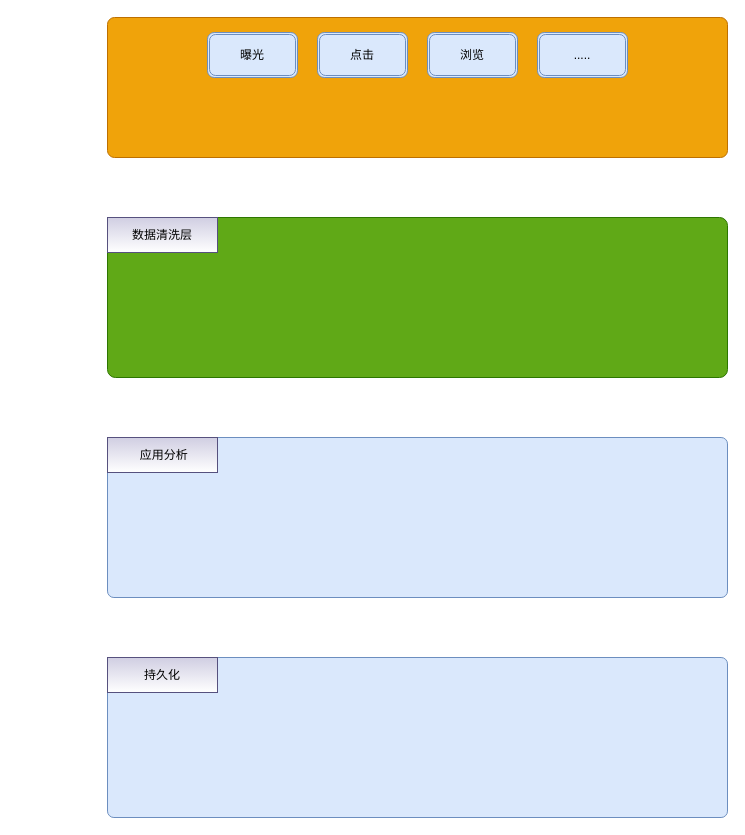
Above: 全域流量中控平台_实时数仓.drawio in hustpawpaw/charts (draw.io), before the change. Source tidied: cells renumbered, new cells numbered last; positions are measured from the earlier drawing's top-left corner, leaving out a move shared by most shapes. Both pictures are drawn from the tidied source at 100%, with x=0, y=0 at pixel (107, 17).
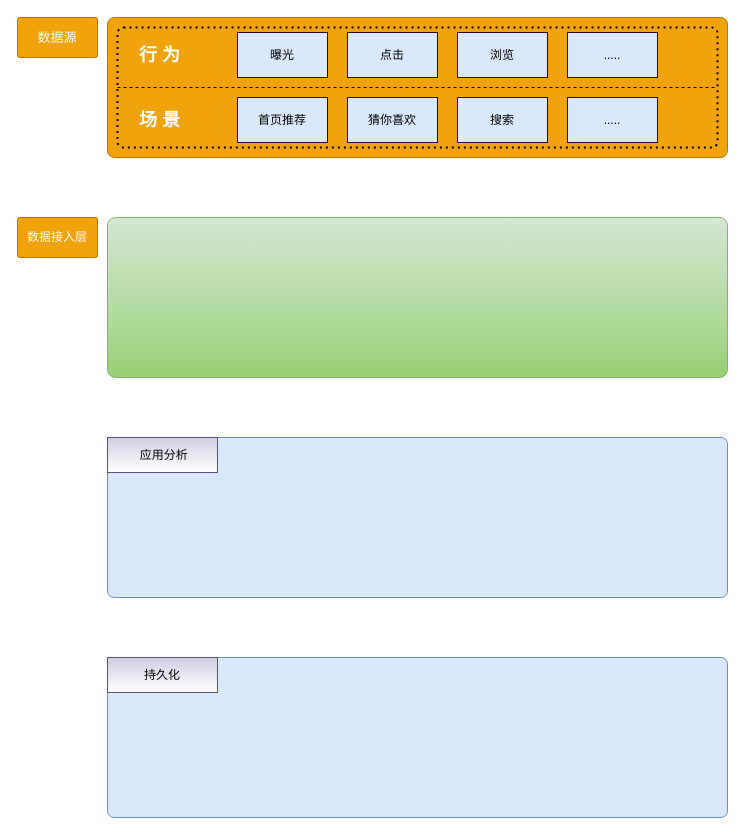
After the change.

Commit message:
Update 全域流量中控平台_实时数仓.drawio

The edit, as a diff of the source:
```diff
@@
+    <mxCell id="14" style="rounded=1;whiteSpace=wrap;html=1;fillColor=#f0a30a;strokeColor=#BD7000;arcSize=5;fontColor=#ffffff;" parent="1" vertex="1">
+      <mxGeometry width="620" height="140" as="geometry" />
+    </mxCell>
@@
-    <mxCell id="4" style="rounded=1;whiteSpace=wrap;html=1;fillColor=#60a917;strokeColor=#2D7600;arcSize=5;fontColor=#ffffff;" parent="1" vertex="1">
+    <mxCell id="4" style="rounded=1;whiteSpace=wrap;html=1;fillColor=#d5e8d4;strokeColor=#82b366;arcSize=5;gradientColor=#97d077;" parent="1" vertex="1">
       <mxGeometry y="200" width="620" height="160" as="geometry" />
     </mxCell>
-    <mxCell id="5" style="rounded=1;whiteSpace=wrap;html=1;fillColor=#f0a30a;strokeColor=#BD7000;arcSize=5;fontColor=#ffffff;" parent="1" vertex="1">
-      <mxGeometry width="620" height="140" as="geometry" />
+    <mxCell id="5" style="rounded=1;whiteSpace=wrap;html=1;arcSize=5;dashed=1;strokeWidth=2;dashPattern=1 2;fillColor=none;" parent="1" vertex="1">
+      <mxGeometry x="10" y="10" width="600" height="120" as="geometry" />
     </mxCell>
-    <mxCell id="6" value="数据清洗层" style="rounded=1;whiteSpace=wrap;html=1;fillColor=#d0cee2;strokeColor=#56517e;arcSize=0;gradientColor=#ffffff;" parent="1" vertex="1">
-      <mxGeometry y="200" width="110" height="35" as="geometry" />
-    </mxCell>
@@
-    <mxCell id="10" value="曝光" style="shape=ext;double=1;rounded=1;whiteSpace=wrap;html=1;fillColor=#dae8fc;strokeColor=#6c8ebf;" parent="1" vertex="1">
-      <mxGeometry x="100" y="15" width="90" height="45" as="geometry" />
+    <mxCell id="10" value="曝光" style="shape=ext;double=0;rounded=0;whiteSpace=wrap;html=1;fillColor=#dae8fc;strokeColor=#330033;shadow=0;strokeWidth=1;" parent="1" vertex="1">
+      <mxGeometry x="130" y="15" width="90" height="45" as="geometry" />
     </mxCell>
-    <mxCell id="11" value="点击" style="shape=ext;double=1;rounded=1;whiteSpace=wrap;html=1;fillColor=#dae8fc;strokeColor=#6c8ebf;" parent="1" vertex="1">
-      <mxGeometry x="210" y="15" width="90" height="45" as="geometry" />
+    <mxCell id="11" value="点击" style="shape=ext;double=0;rounded=0;whiteSpace=wrap;html=1;fillColor=#dae8fc;strokeColor=#330033;shadow=0;strokeWidth=1;" parent="1" vertex="1">
+      <mxGeometry x="240" y="15" width="90" height="45" as="geometry" />
     </mxCell>
-    <mxCell id="12" value="浏览" style="shape=ext;double=1;rounded=1;whiteSpace=wrap;html=1;fillColor=#dae8fc;strokeColor=#6c8ebf;" parent="1" vertex="1">
-      <mxGeometry x="320" y="15" width="90" height="45" as="geometry" />
+    <mxCell id="12" value="浏览" style="shape=ext;double=0;rounded=0;whiteSpace=wrap;html=1;fillColor=#dae8fc;strokeColor=#330033;shadow=0;strokeWidth=1;" parent="1" vertex="1">
+      <mxGeometry x="350" y="15" width="90" height="45" as="geometry" />
     </mxCell>
-    <mxCell id="13" value="....." style="shape=ext;double=1;rounded=1;whiteSpace=wrap;html=1;fillColor=#dae8fc;strokeColor=#6c8ebf;" parent="1" vertex="1">
-      <mxGeometry x="430" y="15" width="90" height="45" as="geometry" />
+    <mxCell id="13" value="....." style="shape=ext;double=0;rounded=0;whiteSpace=wrap;html=1;fillColor=#dae8fc;strokeColor=#330033;shadow=0;strokeWidth=1;" parent="1" vertex="1">
+      <mxGeometry x="460" y="15" width="90" height="45" as="geometry" />
     </mxCell>
+    <mxCell id="15" style="endArrow=none;dashed=1;html=1;entryX=1;entryY=0.5;entryDx=0;entryDy=0;exitX=0;exitY=0.5;exitDx=0;exitDy=0;" parent="1" edge="1" source="5" target="5">
+      <mxGeometry relative="1" as="geometry" />
+    </mxCell>
+    <mxCell id="16" value="....." style="shape=ext;double=0;rounded=0;whiteSpace=wrap;html=1;fillColor=#dae8fc;shadow=0;strokeWidth=1;strokeColor=#330033;" parent="1" vertex="1">
+      <mxGeometry x="460" y="80" width="90" height="45" as="geometry" />
+    </mxCell>
+    <mxCell id="17" value="首页推荐" style="shape=ext;double=0;rounded=0;whiteSpace=wrap;html=1;fillColor=#dae8fc;strokeColor=#330033;shadow=0;strokeWidth=1;" parent="1" vertex="1">
+      <mxGeometry x="130" y="80" width="90" height="45" as="geometry" />
+    </mxCell>
+    <mxCell id="18" value="猜你喜欢" style="shape=ext;double=0;rounded=0;whiteSpace=wrap;html=1;fillColor=#dae8fc;strokeColor=#330033;shadow=0;strokeWidth=1;" parent="1" vertex="1">
+      <mxGeometry x="240" y="80" width="90" height="45" as="geometry" />
+    </mxCell>
+    <mxCell id="19" value="搜索" style="shape=ext;double=0;rounded=0;whiteSpace=wrap;html=1;fillColor=#dae8fc;strokeColor=#330033;shadow=0;strokeWidth=1;" parent="1" vertex="1">
+      <mxGeometry x="350" y="80" width="90" height="45" as="geometry" />
+    </mxCell>
+    <mxCell id="20" value="&lt;h2&gt;行 为&lt;/h2&gt;" style="text;html=1;align=center;verticalAlign=middle;whiteSpace=wrap;rounded=0;shadow=0;imageAspect=1;fontColor=#FFFFFF;" parent="1" vertex="1">
+      <mxGeometry x="25" y="28" width="55" height="20" as="geometry" />
+    </mxCell>
+    <mxCell id="21" value="&lt;h2&gt;场 景&lt;/h2&gt;" style="text;html=1;align=center;verticalAlign=middle;whiteSpace=wrap;rounded=0;shadow=0;fontColor=#FFFFFF;" parent="1" vertex="1">
+      <mxGeometry x="25" y="92.5" width="55" height="20" as="geometry" />
+    </mxCell>
+    <mxCell id="22" value="&lt;h2 style=&quot;font-size: 13px&quot;&gt;&lt;span style=&quot;font-weight: normal&quot;&gt;数据源&lt;/span&gt;&lt;/h2&gt;" style="text;html=1;align=center;verticalAlign=middle;whiteSpace=wrap;rounded=1;imageAspect=1;strokeColor=#BD7000;fontSize=12;fillColor=#f0a30a;fontColor=#ffffff;arcSize=5;" parent="1" vertex="1">
+      <mxGeometry x="-90" width="80" height="40" as="geometry" />
+    </mxCell>
+    <mxCell id="23" value="数据接入层" style="text;html=1;align=center;verticalAlign=middle;whiteSpace=wrap;rounded=1;imageAspect=1;fillColor=#f0a30a;strokeColor=#BD7000;fontSize=12;fontColor=#ffffff;arcSize=5;" parent="1" vertex="1">
+      <mxGeometry x="-90" y="200" width="80" height="40" as="geometry" />
+    </mxCell>
```
